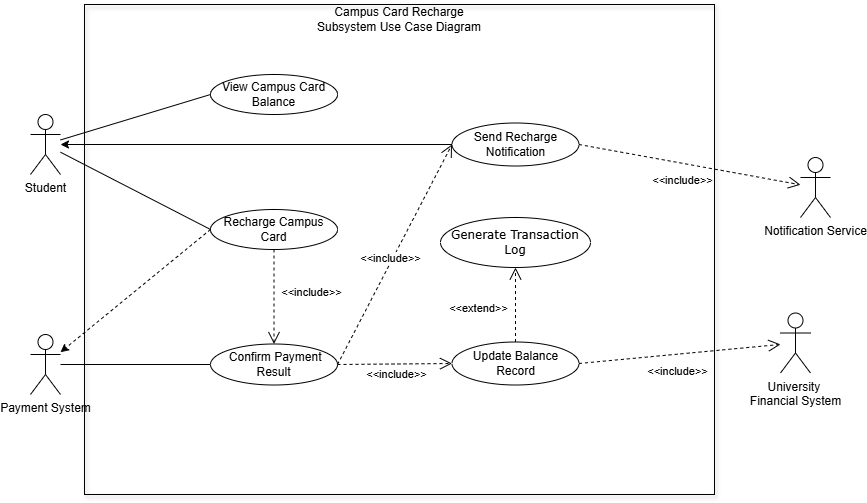
The draw.io diagram Assignment2/diagrams/CampusCardUseCase.png in qianlinnian/se_sad_project, before a commit. Source tidied: cells renumbered, new cells last; positions are measured from the earlier drawing's top-left corner, leaving out a move shared by most shapes.
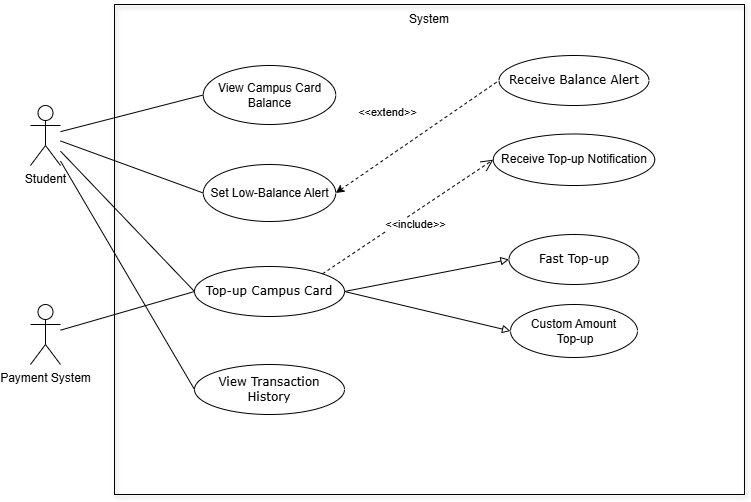
Above is the later version.

Diff of the diagram source:
```diff
@@ -5,71 +5,65 @@
     <mxCell id="2" style="html=1;whiteSpace=wrap;fillColor=none;shadow=1;" parent="1" vertex="1">
       <mxGeometry x="54" width="630" height="490" as="geometry" />
     </mxCell>
-    <mxCell id="3" value="University&amp;nbsp;&lt;div&gt;Financial System&lt;/div&gt;" style="shape=umlActor;verticalLabelPosition=bottom;verticalAlign=top;html=1;outlineConnect=0;" parent="1" vertex="1">
-      <mxGeometry x="750" y="308.5" width="30" height="60" as="geometry" />
-    </mxCell>
     <mxCell id="4" value="Payment System" style="shape=umlActor;verticalLabelPosition=bottom;verticalAlign=top;html=1;outlineConnect=0;" parent="1" vertex="1">
-      <mxGeometry y="330" width="30" height="60" as="geometry" />
+      <mxGeometry x="-30" y="300" width="30" height="60" as="geometry" />
     </mxCell>
     <mxCell id="5" value="Student" style="shape=umlActor;verticalLabelPosition=bottom;verticalAlign=top;html=1;outlineConnect=0;" parent="1" vertex="1">
-      <mxGeometry y="110" width="30" height="60" as="geometry" />
+      <mxGeometry x="-30" y="101" width="30" height="60" as="geometry" />
     </mxCell>
-    <mxCell id="6" value="Recharge Campus Card" style="ellipse;whiteSpace=wrap;html=1;" parent="1" vertex="1">
-      <mxGeometry x="180" y="205" width="127" height="40" as="geometry" />
-    </mxCell>
-    <mxCell id="7" value="&lt;div style=&quot;&quot;&gt;&lt;span style=&quot;background-color: transparent;&quot;&gt;&lt;font face=&quot;Verdana&quot;&gt;Generate Transaction Log&lt;/font&gt;&lt;/span&gt;&lt;/div&gt;" style="ellipse;whiteSpace=wrap;html=1;align=center;" parent="1" vertex="1">
-      <mxGeometry x="410" y="213" width="150" height="50" as="geometry" />
+    <mxCell id="7" value="&lt;div style=&quot;&quot;&gt;&lt;font face=&quot;Verdana&quot;&gt;Top-up Campus Card&lt;/font&gt;&lt;/div&gt;" style="ellipse;whiteSpace=wrap;html=1;align=center;" parent="1" vertex="1">
+      <mxGeometry x="134" y="262" width="150" height="50" as="geometry" />
     </mxCell>
     <mxCell id="8" value="View Campus Card Balance" style="ellipse;whiteSpace=wrap;html=1;" parent="1" vertex="1">
-      <mxGeometry x="180" y="70" width="127" height="40" as="geometry" />
+      <mxGeometry x="142.8" y="61" width="132.5" height="59" as="geometry" />
     </mxCell>
-    <mxCell id="9" value="&amp;nbsp;Confirm Payment Result" style="ellipse;whiteSpace=wrap;html=1;" parent="1" vertex="1">
-      <mxGeometry x="180" y="339.5" width="127" height="41" as="geometry" />
-    </mxCell>
-    <mxCell id="10" value="Update Balance Record" style="ellipse;whiteSpace=wrap;html=1;" parent="1" vertex="1">
-      <mxGeometry x="421.5" y="337.5" width="127" height="43" as="geometry" />
-    </mxCell>
-    <mxCell id="11" value="&amp;lt;&amp;lt;include&amp;gt;&amp;gt;" style="endArrow=open;endSize=10;dashed=1;html=1;rounded=0;exitX=1;exitY=0.5;exitDx=0;exitDy=0;entryX=0;entryY=0.5;entryDx=0;entryDy=0;" parent="1" edge="1" source="9" target="10">
-      <mxGeometry x="0.02" y="-11" relative="1" as="geometry" />
-    </mxCell>
-    <mxCell id="12" value="&amp;lt;&amp;lt;include&amp;gt;&amp;gt;" style="endArrow=open;endSize=10;dashed=1;html=1;rounded=0;exitX=1;exitY=0.5;exitDx=0;exitDy=0;" parent="1" edge="1" source="10" target="3">
-      <mxGeometry x="-0.04" y="-17" relative="1" as="geometry" />
-    </mxCell>
-    <mxCell id="13" value="&amp;lt;&amp;lt;include&amp;gt;&amp;gt;" style="endArrow=open;endSize=10;dashed=1;html=1;rounded=0;exitX=0.5;exitY=1;exitDx=0;exitDy=0;entryX=0.5;entryY=0;entryDx=0;entryDy=0;" parent="1" edge="1" source="6" target="9">
-      <mxGeometry x="-0.11" y="37" relative="1" as="geometry" />
-    </mxCell>
     <mxCell id="14" style="endArrow=none;endFill=0;endSize=12;html=1;rounded=0;entryX=0;entryY=0.5;entryDx=0;entryDy=0;" parent="1" edge="1" source="5" target="8">
       <mxGeometry relative="1" as="geometry" />
     </mxCell>
-    <mxCell id="15" value="Campus Card Recharge Subsystem Use Case Diagram" style="text;html=1;align=center;verticalAlign=middle;whiteSpace=wrap;rounded=0;" parent="1" vertex="1">
+    <mxCell id="15" value="System" style="text;html=1;align=center;verticalAlign=middle;whiteSpace=wrap;rounded=0;" parent="1" vertex="1">
       <mxGeometry x="284" width="170" height="30" as="geometry" />
     </mxCell>
-    <mxCell id="16" value="&amp;lt;&amp;lt;include&amp;gt;&amp;gt;" style="endArrow=open;endSize=10;dashed=1;html=1;rounded=0;exitX=1;exitY=0.5;exitDx=0;exitDy=0;entryX=0;entryY=0.5;entryDx=0;entryDy=0;" parent="1" edge="1" source="9" target="18">
-      <mxGeometry x="-0.04" y="2" relative="1" as="geometry" />
-    </mxCell>
-    <mxCell id="17" style="edgeStyle=none;html=1;exitX=0;exitY=0.5;exitDx=0;exitDy=0;" parent="1" edge="1" source="18" target="5">
-      <mxGeometry relative="1" as="geometry" />
-    </mxCell>
-    <mxCell id="18" value="Send Recharge Notification" style="ellipse;whiteSpace=wrap;html=1;" parent="1" vertex="1">
-      <mxGeometry x="421.5" y="118.5" width="127" height="43" as="geometry" />
+    <mxCell id="18" value="Set Low-Balance Alert" style="ellipse;whiteSpace=wrap;html=1;" parent="1" vertex="1">
+      <mxGeometry x="142.8" y="160" width="132.5" height="57" as="geometry" />
     </mxCell>
-    <mxCell id="19" style="endArrow=none;endFill=0;endSize=12;html=1;rounded=0;entryX=0;entryY=0.5;entryDx=0;entryDy=0;" parent="1" edge="1" source="5" target="6">
+    <mxCell id="19" style="endArrow=none;endFill=0;endSize=12;html=1;rounded=0;entryX=0;entryY=0.5;entryDx=0;entryDy=0;" parent="1" edge="1" source="5" target="18">
       <mxGeometry relative="1" as="geometry" />
     </mxCell>
-    <mxCell id="20" value="&amp;lt;&amp;lt;extend&amp;gt;&amp;gt;" style="endArrow=open;endSize=10;dashed=1;html=1;rounded=0;exitX=0.5;exitY=0;exitDx=0;exitDy=0;entryX=0.5;entryY=1;entryDx=0;entryDy=0;" parent="1" edge="1" source="10" target="7">
+    <mxCell id="20" value="&amp;lt;&amp;lt;extend&amp;gt;&amp;gt;" style="endArrow=none;endSize=10;dashed=1;html=1;rounded=0;entryX=0;entryY=0.5;entryDx=0;entryDy=0;exitX=1;exitY=0.5;exitDx=0;exitDy=0;endFill=0;startArrow=classic;startFill=1;" parent="1" edge="1" source="18" target="27">
       <mxGeometry x="-0.11" y="37" relative="1" as="geometry" />
     </mxCell>
-    <mxCell id="21" style="endArrow=none;endFill=0;endSize=15;html=1;rounded=0;entryX=0;entryY=0.5;entryDx=0;entryDy=0;targetPerimeterSpacing=1;" parent="1" edge="1" source="4" target="9">
-      <mxGeometry relative="1" as="geometry" />
-    </mxCell>
-    <mxCell id="22" value="Notification Service" style="shape=umlActor;verticalLabelPosition=bottom;verticalAlign=top;html=1;outlineConnect=0;" parent="1" vertex="1">
-      <mxGeometry x="770" y="153" width="30" height="60" as="geometry" />
-    </mxCell>
-    <mxCell id="23" value="&amp;lt;&amp;lt;include&amp;gt;&amp;gt;" style="endArrow=open;endSize=10;dashed=1;html=1;rounded=0;exitX=1;exitY=0.5;exitDx=0;exitDy=0;" parent="1" edge="1" source="18" target="22">
-      <mxGeometry x="-0.04" y="-17" relative="1" as="geometry" />
-    </mxCell>
-    <mxCell id="24" style="edgeStyle=none;html=1;exitX=0;exitY=0.5;exitDx=0;exitDy=0;dashed=1;" parent="1" edge="1" source="6" target="4">
-      <mxGeometry relative="1" as="geometry" />
-    </mxCell>
+    <mxCell id="25" value="Custom Amount&lt;div&gt;&amp;nbsp;Top-up&lt;/div&gt;" style="ellipse;whiteSpace=wrap;html=1;" parent="1" vertex="1">
+      <mxGeometry x="450" y="300" width="127" height="53" as="geometry" />
+    </mxCell>
+    <mxCell id="26" value="Receive Top-up Notification" style="ellipse;whiteSpace=wrap;html=1;" parent="1" vertex="1">
+      <mxGeometry x="432.8" y="129.5" width="161.5" height="51.5" as="geometry" />
+    </mxCell>
+    <mxCell id="27" value="&lt;div style=&quot;&quot;&gt;&lt;font face=&quot;Verdana&quot;&gt;Receive Balance Alert&lt;/font&gt;&lt;/div&gt;" style="ellipse;whiteSpace=wrap;html=1;align=center;" parent="1" vertex="1">
+      <mxGeometry x="438.5" y="51" width="150" height="50" as="geometry" />
+    </mxCell>
+    <mxCell id="28" value="&lt;div style=&quot;&quot;&gt;&lt;font face=&quot;Verdana&quot;&gt;View Transaction History&lt;/font&gt;&lt;/div&gt;" style="ellipse;whiteSpace=wrap;html=1;align=center;" parent="1" vertex="1">
+      <mxGeometry x="134" y="360" width="150" height="50" as="geometry" />
+    </mxCell>
+    <mxCell id="29" value="&lt;div style=&quot;&quot;&gt;&lt;font face=&quot;Verdana&quot;&gt;Fast Top-up&lt;/font&gt;&lt;/div&gt;" style="ellipse;whiteSpace=wrap;html=1;align=center;" parent="1" vertex="1">
+      <mxGeometry x="448.5" y="230" width="130" height="50" as="geometry" />
+    </mxCell>
+    <mxCell id="30" style="endArrow=none;endFill=0;endSize=12;html=1;rounded=0;entryX=0;entryY=0.5;entryDx=0;entryDy=0;" parent="1" edge="1" source="5" target="7">
+      <mxGeometry relative="1" as="geometry" />
+    </mxCell>
+    <mxCell id="31" style="endArrow=none;endFill=0;endSize=12;html=1;rounded=0;entryX=0;entryY=0.5;entryDx=0;entryDy=0;" parent="1" edge="1" source="5" target="28">
+      <mxGeometry relative="1" as="geometry" />
+    </mxCell>
+    <mxCell id="32" style="endArrow=none;endFill=0;endSize=12;html=1;rounded=0;entryX=0;entryY=0.5;entryDx=0;entryDy=0;" parent="1" edge="1" source="4" target="7">
+      <mxGeometry relative="1" as="geometry" />
+    </mxCell>
+    <mxCell id="33" style="endArrow=block;html=1;rounded=0;exitX=1;exitY=0.5;exitDx=0;exitDy=0;entryX=0;entryY=0.5;entryDx=0;entryDy=0;startArrow=none;startFill=0;labelBackgroundColor=default;endFill=0;" parent="1" edge="1" source="7" target="25">
+      <mxGeometry x="-0.14" relative="1" as="geometry" />
+    </mxCell>
+    <mxCell id="34" value="&amp;lt;&amp;lt;include&amp;gt;&amp;gt;" style="endArrow=open;endSize=10;dashed=1;html=1;rounded=0;exitX=1;exitY=0;exitDx=0;exitDy=0;entryX=0;entryY=0.5;entryDx=0;entryDy=0;" parent="1" edge="1" source="7" target="26">
+      <mxGeometry x="0.02" y="-11" relative="1" as="geometry" />
+    </mxCell>
+    <mxCell id="35" style="endArrow=block;html=1;rounded=0;exitX=1;exitY=0.5;exitDx=0;exitDy=0;entryX=0;entryY=0.5;entryDx=0;entryDy=0;startArrow=none;startFill=0;labelBackgroundColor=default;endFill=0;" parent="1" edge="1" source="7" target="29">
+      <mxGeometry x="-0.14" relative="1" as="geometry" />
+    </mxCell>
   </root>
 </mxGraphModel>
```
